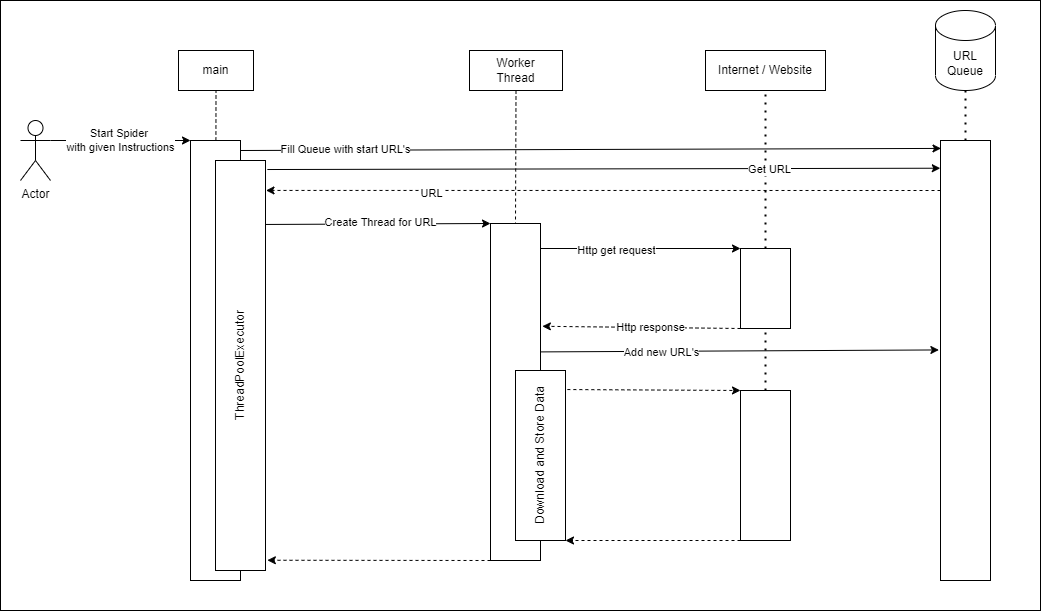
Earlier version of the draw.io export doc/webcrawler/webcrawler-sq.png (wenzfe/python-hacking). Source tidied: cells renumbered, new cells last; positions are measured from the earlier drawing's top-left corner, leaving out a move shared by most shapes.
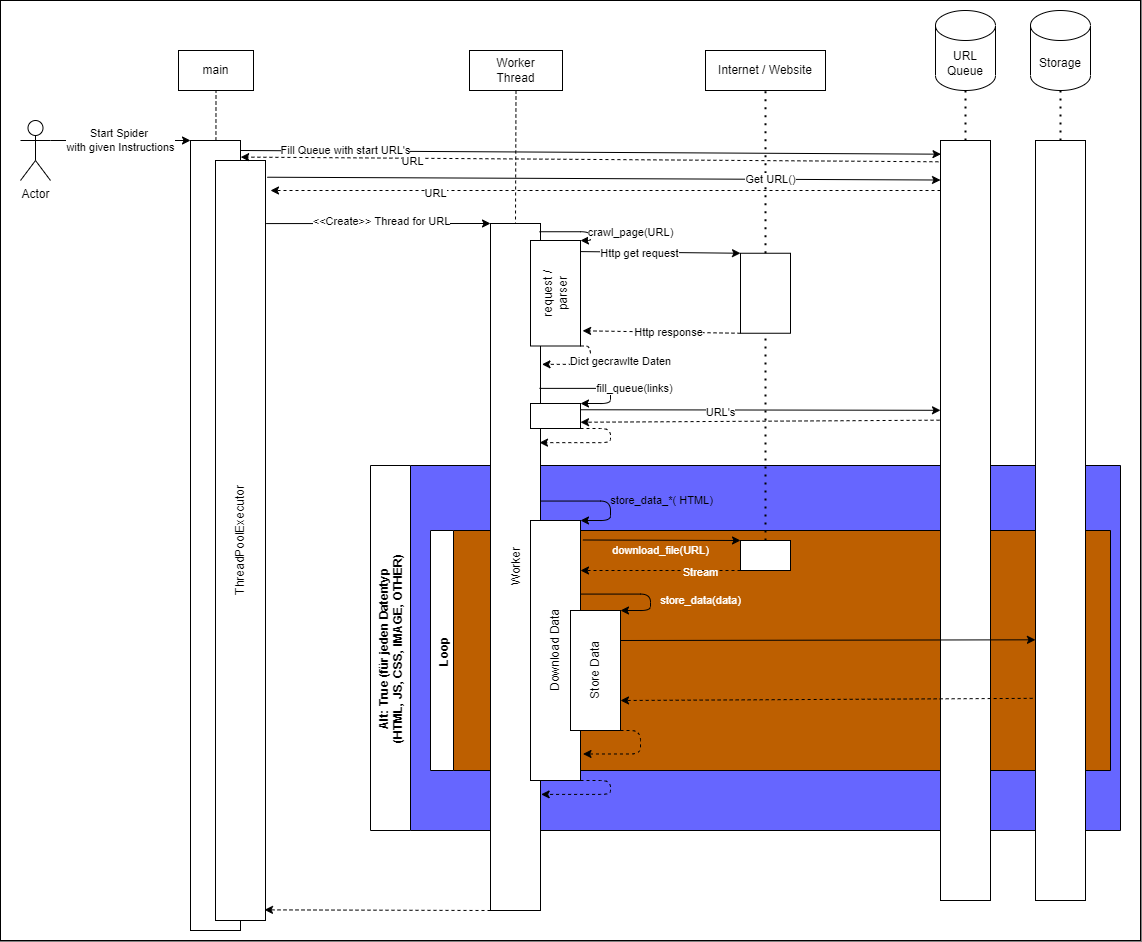
Above is the later version.

Commit message:
icons + update diagramm + readme

Diff of the diagram source:
```diff
@@ -3,21 +3,27 @@
     <mxCell id="0" />
     <mxCell id="1" parent="0" />
     <mxCell id="2" style="rounded=0;whiteSpace=wrap;html=1;" parent="1" vertex="1">
-      <mxGeometry width="1040" height="610" as="geometry" />
+      <mxGeometry width="1140" height="940" as="geometry" />
     </mxCell>
+    <mxCell id="37" value="Alt: True (für jeden Datentyp &#10;(HTML, JS, CSS, IMAGE, OTHER)" style="swimlane;horizontal=0;startSize=40;swimlaneFillColor=#6666FF;" parent="1" vertex="1">
+      <mxGeometry x="370" y="465" width="750" height="365" as="geometry" />
+    </mxCell>
+    <mxCell id="38" value="Loop" style="swimlane;horizontal=0;labelBackgroundColor=none;gradientColor=none;swimlaneFillColor=#BD5F00;verticalAlign=top;" parent="1" vertex="1">
+      <mxGeometry x="430" y="530" width="680" height="240" as="geometry" />
+    </mxCell>
     <mxCell id="3" value="Actor" style="shape=umlActor;verticalLabelPosition=bottom;verticalAlign=top;html=1;outlineConnect=0;" parent="1" vertex="1">
       <mxGeometry x="20" y="120" width="30" height="60" as="geometry" />
     </mxCell>
     <mxCell id="4" style="rounded=0;whiteSpace=wrap;html=1;" parent="1" vertex="1">
-      <mxGeometry x="190" y="140" width="50" height="440" as="geometry" />
+      <mxGeometry x="190" y="140" width="50" height="790" as="geometry" />
     </mxCell>
-    <mxCell id="5" style="rounded=0;whiteSpace=wrap;html=1;" parent="1" vertex="1">
-      <mxGeometry x="490" y="223" width="50" height="337" as="geometry" />
+    <mxCell id="5" value="Worker" style="rounded=0;whiteSpace=wrap;html=1;horizontal=0;" parent="1" vertex="1">
+      <mxGeometry x="490" y="223" width="50" height="687" as="geometry" />
     </mxCell>
-    <mxCell id="6" style="endArrow=classic;html=1;entryX=0;entryY=0;entryDx=0;entryDy=0;exitX=0.996;exitY=0.156;exitDx=0;exitDy=0;exitPerimeter=0;" parent="1" edge="1" source="36" target="5">
+    <mxCell id="6" style="endArrow=classic;html=1;entryX=0;entryY=0;entryDx=0;entryDy=0;exitX=1.013;exitY=0.083;exitDx=0;exitDy=0;exitPerimeter=0;" parent="1" edge="1" source="36" target="5">
       <mxGeometry relative="1" as="geometry" />
     </mxCell>
-    <mxCell id="7" value="Create Thread for URL" style="edgeLabel;html=1;align=center;verticalAlign=middle;" parent="6" vertex="1">
+    <mxCell id="7" value="&amp;lt;&amp;lt;Create&amp;gt;&amp;gt; Thread for URL" style="edgeLabel;html=1;align=center;verticalAlign=middle;" parent="6" vertex="1">
       <mxGeometry x="-0.63" relative="1" as="geometry">
         <mxPoint x="73" y="-2" as="offset" />
       </mxGeometry>
@@ -41,36 +47,39 @@
       <mxGeometry x="705" y="50" width="120" height="40" as="geometry" />
     </mxCell>
     <mxCell id="14" style="rounded=0;whiteSpace=wrap;html=1;" parent="1" vertex="1">
-      <mxGeometry x="740" y="248" width="50" height="80" as="geometry" />
+      <mxGeometry x="740" y="252.8" width="50" height="80" as="geometry" />
     </mxCell>
     <mxCell id="15" style="endArrow=none;dashed=1;html=1;dashPattern=1 3;strokeWidth=2;entryX=0.5;entryY=1;entryDx=0;entryDy=0;exitX=0.5;exitY=0;exitDx=0;exitDy=0;" parent="1" edge="1" source="14" target="13">
       <mxGeometry relative="1" as="geometry" />
     </mxCell>
-    <mxCell id="16" style="endArrow=classic;html=1;entryX=0;entryY=0;entryDx=0;entryDy=0;" parent="1" edge="1" target="14">
-      <mxGeometry relative="1" as="geometry">
-        <mxPoint x="540" y="248" as="sourcePoint" />
-      </mxGeometry>
+    <mxCell id="16" style="endArrow=classic;html=1;entryX=0;entryY=0;entryDx=0;entryDy=0;exitX=0.983;exitY=0.105;exitDx=0;exitDy=0;exitPerimeter=0;" parent="1" edge="1" source="40" target="14">
+      <mxGeometry relative="1" as="geometry" />
     </mxCell>
     <mxCell id="17" value="Http get request" style="edgeLabel;html=1;align=center;verticalAlign=middle;" parent="16" vertex="1">
       <mxGeometry x="-0.25" y="-1" relative="1" as="geometry" />
     </mxCell>
-    <mxCell id="18" value="Http response" style="endArrow=classic;html=1;exitX=0;exitY=1;exitDx=0;exitDy=0;entryX=1.037;entryY=0.305;entryDx=0;entryDy=0;dashed=1;entryPerimeter=0;" parent="1" edge="1" source="14" target="5">
+    <mxCell id="18" value="Http response" style="endArrow=classic;html=1;exitX=0;exitY=1;exitDx=0;exitDy=0;entryX=1.042;entryY=0.856;entryDx=0;entryDy=0;dashed=1;entryPerimeter=0;" parent="1" edge="1" source="14" target="40">
       <mxGeometry x="-0.09" relative="1" as="geometry" />
     </mxCell>
     <mxCell id="19" style="endArrow=none;dashed=1;html=1;dashPattern=1 3;strokeWidth=2;entryX=0.5;entryY=1;entryDx=0;entryDy=0;exitX=0.5;exitY=0;exitDx=0;exitDy=0;" parent="1" edge="1" source="20" target="14">
       <mxGeometry relative="1" as="geometry" />
     </mxCell>
     <mxCell id="20" style="rounded=0;whiteSpace=wrap;html=1;" parent="1" vertex="1">
-      <mxGeometry x="740" y="390" width="50" height="150" as="geometry" />
+      <mxGeometry x="740" y="540" width="50" height="30" as="geometry" />
     </mxCell>
-    <mxCell id="21" value="Download and Store Data" style="rounded=0;whiteSpace=wrap;html=1;horizontal=0;" parent="1" vertex="1">
-      <mxGeometry x="515" y="370" width="50" height="170" as="geometry" />
+    <mxCell id="21" value="Download Data" style="rounded=0;whiteSpace=wrap;html=1;horizontal=0;" parent="1" vertex="1">
+      <mxGeometry x="530" y="520" width="50" height="260" as="geometry" />
     </mxCell>
-    <mxCell id="22" style="endArrow=classic;html=1;dashed=1;exitX=0;exitY=1;exitDx=0;exitDy=0;entryX=1;entryY=1;entryDx=0;entryDy=0;" parent="1" edge="1" source="20" target="21">
-      <mxGeometry relative="1" as="geometry" />
+    <mxCell id="22" style="endArrow=classic;html=1;dashed=1;exitX=0;exitY=1;exitDx=0;exitDy=0;" parent="1" edge="1" source="20">
+      <mxGeometry relative="1" as="geometry">
+        <mxPoint x="580" y="570" as="targetPoint" />
+      </mxGeometry>
     </mxCell>
+    <mxCell id="39" value="&lt;font&gt;Stream&lt;/font&gt;" style="edgeLabel;html=1;align=center;verticalAlign=middle;labelBackgroundColor=none;fontColor=#FFFFFF;" parent="22" vertex="1">
+      <mxGeometry x="-0.49" y="2" relative="1" as="geometry" />
+    </mxCell>
-    <mxCell id="23" style="endArrow=classic;html=1;dashed=1;entryX=0;entryY=0;entryDx=0;entryDy=0;exitX=1.037;exitY=0.112;exitDx=0;exitDy=0;exitPerimeter=0;" parent="1" edge="1" source="21" target="20">
-      <mxGeometry relative="1" as="geometry" />
+    <mxCell id="23" value="download_file(URL)" style="endArrow=classic;html=1;entryX=0;entryY=0;entryDx=0;entryDy=0;exitX=1.047;exitY=0.075;exitDx=0;exitDy=0;exitPerimeter=0;labelBackgroundColor=none;fontColor=#FFFFFF;" parent="1" edge="1" source="21" target="20">
+      <mxGeometry x="-0.01" y="-10" relative="1" as="geometry" />
     </mxCell>
     <mxCell id="24" value="URL Queue" style="shape=cylinder3;whiteSpace=wrap;html=1;boundedLbl=1;backgroundOutline=1;size=15;" parent="1" vertex="1">
       <mxGeometry x="935" y="10" width="60" height="80" as="geometry" />
@@ -79,7 +88,7 @@
       <mxGeometry relative="1" as="geometry" />
     </mxCell>
     <mxCell id="26" style="rounded=0;whiteSpace=wrap;html=1;" parent="1" vertex="1">
-      <mxGeometry x="940" y="140" width="50" height="440" as="geometry" />
+      <mxGeometry x="940" y="140" width="50" height="760" as="geometry" />
     </mxCell>
     <mxCell id="27" style="endArrow=classic;html=1;entryX=0.01;entryY=0.018;entryDx=0;entryDy=0;entryPerimeter=0;" parent="1" edge="1" target="26">
       <mxGeometry relative="1" as="geometry">
@@ -89,31 +98,143 @@
     <mxCell id="28" value="Fill Queue with start URL's" style="edgeLabel;html=1;align=center;verticalAlign=middle;" parent="27" vertex="1">
       <mxGeometry x="-0.7" y="1" relative="1" as="geometry" />
     </mxCell>
-    <mxCell id="29" style="endArrow=classic;html=1;entryX=-0.004;entryY=0.063;entryDx=0;entryDy=0;entryPerimeter=0;exitX=1.037;exitY=0.022;exitDx=0;exitDy=0;exitPerimeter=0;" parent="1" edge="1" source="36" target="26">
+    <mxCell id="29" style="endArrow=classic;html=1;entryX=0;entryY=0.052;entryDx=0;entryDy=0;entryPerimeter=0;exitX=1.037;exitY=0.022;exitDx=0;exitDy=0;exitPerimeter=0;" parent="1" edge="1" source="36" target="26">
       <mxGeometry relative="1" as="geometry" />
     </mxCell>
-    <mxCell id="30" value="Get URL" style="edgeLabel;html=1;align=center;verticalAlign=middle;" parent="29" vertex="1">
+    <mxCell id="30" value="Get URL()" style="edgeLabel;html=1;align=center;verticalAlign=middle;" parent="29" vertex="1">
       <mxGeometry x="0.49" relative="1" as="geometry" />
     </mxCell>
-    <mxCell id="31" style="endArrow=classic;html=1;dashed=1;entryX=1.01;entryY=0.073;entryDx=0;entryDy=0;entryPerimeter=0;" parent="1" edge="1" target="36">
+    <mxCell id="31" style="endArrow=classic;html=1;dashed=1;" parent="1" edge="1">
       <mxGeometry relative="1" as="geometry">
         <mxPoint x="940" y="190" as="sourcePoint" />
+        <mxPoint x="270" y="190" as="targetPoint" />
       </mxGeometry>
     </mxCell>
     <mxCell id="32" value="URL" style="edgeLabel;html=1;align=center;verticalAlign=middle;" parent="31" vertex="1">
       <mxGeometry x="0.51" y="3" relative="1" as="geometry" />
     </mxCell>
-    <mxCell id="33" style="endArrow=classic;html=1;entryX=-0.032;entryY=0.476;entryDx=0;entryDy=0;exitX=0.996;exitY=0.381;exitDx=0;exitDy=0;exitPerimeter=0;entryPerimeter=0;" parent="1" edge="1" source="5" target="26">
-      <mxGeometry relative="1" as="geometry" />
-    </mxCell>
-    <mxCell id="34" value="Add new URL's" style="edgeLabel;html=1;align=center;verticalAlign=middle;" parent="33" vertex="1">
-      <mxGeometry x="-0.39" y="-1" relative="1" as="geometry" />
-    </mxCell>
-    <mxCell id="35" style="endArrow=classic;html=1;exitX=0;exitY=1;exitDx=0;exitDy=0;dashed=1;entryX=1.037;entryY=0.975;entryDx=0;entryDy=0;entryPerimeter=0;" parent="1" edge="1" source="5" target="36">
+    <mxCell id="35" style="endArrow=classic;html=1;exitX=0;exitY=1;exitDx=0;exitDy=0;dashed=1;entryX=0.98;entryY=0.986;entryDx=0;entryDy=0;entryPerimeter=0;" parent="1" edge="1" source="5" target="36">
       <mxGeometry relative="1" as="geometry" />
     </mxCell>
     <mxCell id="36" value="ThreadPoolExecutor" style="rounded=0;whiteSpace=wrap;html=1;horizontal=0;" parent="1" vertex="1">
-      <mxGeometry x="215" y="160" width="50" height="410" as="geometry" />
+      <mxGeometry x="215" y="160" width="50" height="760" as="geometry" />
     </mxCell>
+    <mxCell id="40" value="request /&lt;br&gt;parser" style="rounded=0;whiteSpace=wrap;html=1;horizontal=0;" parent="1" vertex="1">
+      <mxGeometry x="530" y="240" width="50" height="105.5" as="geometry" />
+    </mxCell>
+    <mxCell id="41" value="Dict gecrawlte Daten" style="edgeStyle=elbowEdgeStyle;elbow=horizontal;endArrow=classic;html=1;exitX=1;exitY=1;exitDx=0;exitDy=0;entryX=1.03;entryY=0.205;entryDx=0;entryDy=0;dashed=1;entryPerimeter=0;" parent="1" edge="1" source="40" target="5">
+      <mxGeometry x="-0.36" y="30" relative="1" as="geometry">
+        <Array as="points">
+          <mxPoint x="590" y="360" />
+        </Array>
+        <mxPoint y="1" as="offset" />
+      </mxGeometry>
+    </mxCell>
+    <mxCell id="42" style="edgeStyle=elbowEdgeStyle;elbow=horizontal;endArrow=classic;html=1;exitX=0.98;exitY=0.012;exitDx=0;exitDy=0;entryX=1;entryY=0;entryDx=0;entryDy=0;exitPerimeter=0;" parent="1" edge="1" source="5" target="40">
+      <mxGeometry relative="1" as="geometry">
+        <Array as="points">
+          <mxPoint x="590" y="223" />
+        </Array>
+      </mxGeometry>
+    </mxCell>
+    <mxCell id="43" value="crawl_page(URL)" style="edgeLabel;html=1;align=center;verticalAlign=middle;" parent="42" vertex="1">
+      <mxGeometry x="-0.15" y="-1" relative="1" as="geometry">
+        <mxPoint x="61" y="-1" as="offset" />
+      </mxGeometry>
+    </mxCell>
+    <mxCell id="44" value="Storage" style="shape=cylinder3;whiteSpace=wrap;html=1;boundedLbl=1;backgroundOutline=1;size=15;" parent="1" vertex="1">
+      <mxGeometry x="1030" y="10" width="60" height="80" as="geometry" />
+    </mxCell>
+    <mxCell id="45" style="rounded=0;whiteSpace=wrap;html=1;" parent="1" vertex="1">
+      <mxGeometry x="1035" y="140" width="50" height="760" as="geometry" />
+    </mxCell>
+    <mxCell id="46" style="edgeStyle=elbowEdgeStyle;elbow=horizontal;endArrow=classic;html=1;entryX=1;entryY=0;entryDx=0;entryDy=0;exitX=0.997;exitY=0.404;exitDx=0;exitDy=0;exitPerimeter=0;" parent="1" edge="1" source="5" target="21">
+      <mxGeometry relative="1" as="geometry">
+        <Array as="points">
+          <mxPoint x="610" y="373" />
+        </Array>
+      </mxGeometry>
+    </mxCell>
+    <mxCell id="47" value="store_data_*( HTML)" style="edgeLabel;html=1;align=center;verticalAlign=middle;labelBackgroundColor=none;" parent="46" vertex="1">
+      <mxGeometry x="-0.15" y="-1" relative="1" as="geometry">
+        <mxPoint x="70" y="-2" as="offset" />
+      </mxGeometry>
+    </mxCell>
+    <mxCell id="48" value="Store Data" style="rounded=0;whiteSpace=wrap;html=1;horizontal=0;" parent="1" vertex="1">
+      <mxGeometry x="570" y="610" width="50" height="120" as="geometry" />
+    </mxCell>
+    <mxCell id="49" style="edgeStyle=elbowEdgeStyle;elbow=horizontal;endArrow=classic;html=1;exitX=1;exitY=0.283;exitDx=0;exitDy=0;exitPerimeter=0;entryX=1;entryY=0;entryDx=0;entryDy=0;labelBackgroundColor=none;" parent="1" edge="1" source="21" target="48">
+      <mxGeometry relative="1" as="geometry">
+        <Array as="points">
+          <mxPoint x="650" y="445" />
+        </Array>
+      </mxGeometry>
+    </mxCell>
+    <mxCell id="50" value="store_data(data)" style="edgeLabel;html=1;align=center;verticalAlign=middle;labelBackgroundColor=none;fontColor=#FFFFFF;" parent="49" vertex="1">
+      <mxGeometry x="-0.15" y="-1" relative="1" as="geometry">
+        <mxPoint x="71" y="5" as="offset" />
+      </mxGeometry>
+    </mxCell>
+    <mxCell id="51" style="edgeStyle=elbowEdgeStyle;elbow=horizontal;endArrow=classic;html=1;exitX=1;exitY=1;exitDx=0;exitDy=0;entryX=1.05;entryY=0.898;entryDx=0;entryDy=0;entryPerimeter=0;dashed=1;" parent="1" edge="1" source="48" target="21">
+      <mxGeometry relative="1" as="geometry">
+        <Array as="points">
+          <mxPoint x="640" y="610" />
+        </Array>
+      </mxGeometry>
+    </mxCell>
+    <mxCell id="52" style="edgeStyle=elbowEdgeStyle;elbow=horizontal;endArrow=classic;html=1;exitX=1;exitY=1;exitDx=0;exitDy=0;dashed=1;entryX=1.013;entryY=0.831;entryDx=0;entryDy=0;entryPerimeter=0;" parent="1" edge="1" source="21" target="5">
+      <mxGeometry relative="1" as="geometry">
+        <Array as="points">
+          <mxPoint x="610" y="794" />
+        </Array>
+      </mxGeometry>
+    </mxCell>
+    <mxCell id="53" style="endArrow=classic;html=1;exitX=1;exitY=0.25;exitDx=0;exitDy=0;entryX=-0.001;entryY=0.657;entryDx=0;entryDy=0;entryPerimeter=0;" parent="1" edge="1" source="48" target="45">
+      <mxGeometry relative="1" as="geometry" />
+    </mxCell>
+    <mxCell id="54" style="rounded=0;whiteSpace=wrap;html=1;" parent="1" vertex="1">
+      <mxGeometry x="530" y="403" width="50" height="25" as="geometry" />
+    </mxCell>
+    <mxCell id="55" style="edgeStyle=elbowEdgeStyle;elbow=horizontal;endArrow=classic;html=1;exitX=0.98;exitY=0.24;exitDx=0;exitDy=0;entryX=1;entryY=0;entryDx=0;entryDy=0;exitPerimeter=0;" parent="1" edge="1" source="5" target="54">
+      <mxGeometry relative="1" as="geometry">
+        <Array as="points">
+          <mxPoint x="610" y="390" />
+        </Array>
+      </mxGeometry>
+    </mxCell>
+    <mxCell id="56" value="fill_queue(links)" style="edgeLabel;html=1;align=center;verticalAlign=middle;" parent="55" vertex="1">
+      <mxGeometry x="-0.15" y="-1" relative="1" as="geometry">
+        <mxPoint x="46" y="-1" as="offset" />
+      </mxGeometry>
+    </mxCell>
+    <mxCell id="57" style="endArrow=classic;html=1;entryX=0;entryY=0.355;entryDx=0;entryDy=0;entryPerimeter=0;exitX=1;exitY=0.25;exitDx=0;exitDy=0;" parent="1" edge="1" source="54" target="26">
+      <mxGeometry relative="1" as="geometry" />
+    </mxCell>
+    <mxCell id="58" value="URL's" style="edgeLabel;html=1;align=center;verticalAlign=middle;" parent="57" vertex="1">
+      <mxGeometry x="-0.22" y="-2" relative="1" as="geometry" />
+    </mxCell>
+    <mxCell id="59" style="edgeStyle=elbowEdgeStyle;elbow=horizontal;endArrow=classic;html=1;entryX=0.98;entryY=0.319;entryDx=0;entryDy=0;entryPerimeter=0;dashed=1;" parent="1" edge="1" target="5">
+      <mxGeometry relative="1" as="geometry">
+        <mxPoint x="580" y="428" as="sourcePoint" />
+        <Array as="points">
+          <mxPoint x="610" y="430" />
+        </Array>
+      </mxGeometry>
+    </mxCell>
+    <mxCell id="60" style="endArrow=none;dashed=1;html=1;dashPattern=1 3;strokeWidth=2;entryX=0.5;entryY=1;entryDx=0;entryDy=0;entryPerimeter=0;exitX=0.5;exitY=0;exitDx=0;exitDy=0;" parent="1" edge="1" source="45" target="44">
+      <mxGeometry relative="1" as="geometry" />
+    </mxCell>
+    <mxCell id="61" style="endArrow=classic;html=1;exitX=-0.019;exitY=0.368;exitDx=0;exitDy=0;dashed=1;exitPerimeter=0;entryX=1;entryY=0.75;entryDx=0;entryDy=0;" parent="1" edge="1" source="26" target="54">
+      <mxGeometry x="-0.09" relative="1" as="geometry" />
+    </mxCell>
+    <mxCell id="62" style="endArrow=classic;html=1;dashed=1;exitX=-0.042;exitY=0.028;exitDx=0;exitDy=0;exitPerimeter=0;entryX=1.004;entryY=0.021;entryDx=0;entryDy=0;entryPerimeter=0;" parent="1" edge="1" source="26" target="4">
+      <mxGeometry relative="1" as="geometry" />
+    </mxCell>
+    <mxCell id="63" value="URL" style="edgeLabel;html=1;align=center;verticalAlign=middle;" parent="62" vertex="1">
+      <mxGeometry x="0.51" y="3" relative="1" as="geometry" />
+    </mxCell>
+    <mxCell id="64" style="endArrow=classic;html=1;exitX=-0.057;exitY=0.734;exitDx=0;exitDy=0;dashed=1;entryX=1;entryY=0.75;entryDx=0;entryDy=0;exitPerimeter=0;" parent="1" edge="1" source="45" target="48">
+      <mxGeometry relative="1" as="geometry" />
+    </mxCell>
   </root>
 </mxGraphModel>
```
